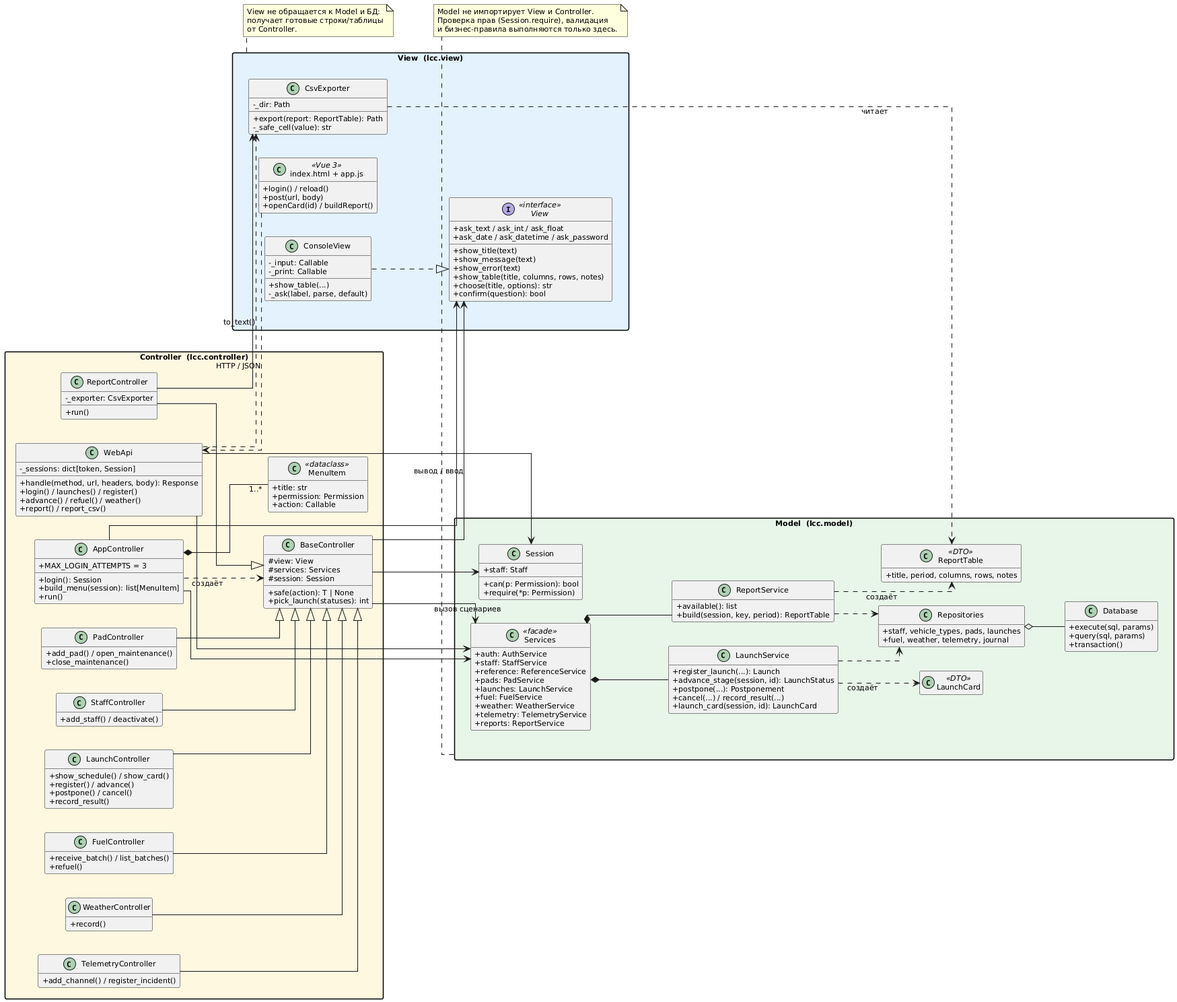
Earlier version of the PlantUML export docs/diagrams/uml/class_mvc.png (r3DBAD/SpaceCenter).
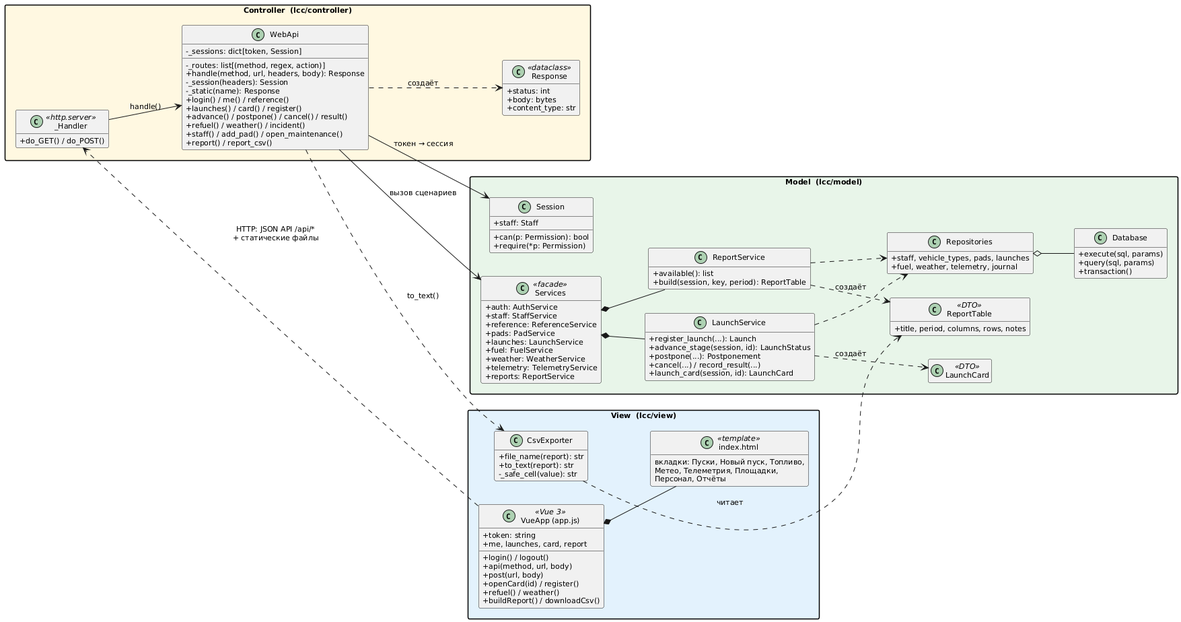
Above is the later version.

The edit, as a diff of the source:
```diff
@@ -5,105 +5,60 @@
 skinparam shadowing false
 skinparam classAttributeIconSize 0
 skinparam packageStyle rectangle
-skinparam linetype ortho
 hide empty members
 left to right direction
 
-package "View  (lcc.view)" as V #E3F2FD {
-  interface View <<interface>> {
-    +show_title(text)
-    +show_message(text)
-    +show_error(text)
-    +show_table(title, columns, rows, notes)
-    +choose(title, options): str
-    +ask_text / ask_int / ask_float
-    +ask_date / ask_datetime / ask_password
-    +confirm(question): bool
+package "View  (lcc/view)" as V #E3F2FD {
+  class "VueApp (app.js)" as VueApp <<Vue 3>> {
+    +token: string
+    +me, launches, card, report
+    +login() / logout()
+    +api(method, url, body)
+    +post(url, body)
+    +openCard(id) / register()
+    +refuel() / weather()
+    +buildReport() / downloadCsv()
   }
-  class ConsoleView {
-    -_input: Callable
-    -_print: Callable
-    +show_table(...)
-    -_ask(label, parse, default)
+  class "index.html" as Html <<template>> {
+    вкладки: Пуски, Новый пуск, Топливо,
+    Метео, Телеметрия, Площадки,
+    Персонал, Отчёты
   }
   class CsvExporter {
-    -_dir: Path
-    +export(report: ReportTable): Path
+    +file_name(report): str
+    +to_text(report): str
     -_safe_cell(value): str
   }
-  ConsoleView ..|> View
-  class "index.html + app.js" as WebUI <<Vue 3>> {
-    +login() / reload()
-    +post(url, body)
-    +openCard(id) / buildReport()
-  }
+  VueApp *-- Html
 }
 
-package "Controller  (lcc.controller)" as C #FFF8E1 {
-  class AppController {
-    +MAX_LOGIN_ATTEMPTS = 3
-    +login(): Session
-    +build_menu(session): list[MenuItem]
-    +run()
-  }
-  class MenuItem <<dataclass>> {
-    +title: str
-    +permission: Permission
-    +action: Callable
-  }
-  class BaseController {
-    #view: View
-    #services: Services
-    #session: Session
-    +safe(action): T | None
-    +pick_launch(statuses): int
-  }
-  class LaunchController {
-    +show_schedule() / show_card()
-    +register() / advance()
-    +postpone() / cancel()
-    +record_result()
-  }
-  class FuelController {
-    +receive_batch() / list_batches()
-    +refuel()
-  }
-  class WeatherController {
-    +record()
-  }
-  class TelemetryController {
-    +add_channel() / register_incident()
-  }
-  class PadController {
-    +add_pad() / open_maintenance()
-    +close_maintenance()
-  }
-  class StaffController {
-    +add_staff() / deactivate()
-  }
-  class ReportController {
-    -_exporter: CsvExporter
-    +run()
-  }
-  LaunchController --|> BaseController
-  FuelController --|> BaseController
-  WeatherController --|> BaseController
-  TelemetryController --|> BaseController
-  PadController --|> BaseController
-  StaffController --|> BaseController
-  ReportController --|> BaseController
-  AppController *-- "1..*" MenuItem
-  AppController ..> BaseController : создаёт
+package "Controller  (lcc/controller)" as C #FFF8E1 {
   class WebApi {
     -_sessions: dict[token, Session]
+    -_routes: list[(method, regex, action)]
     +handle(method, url, headers, body): Response
-    +login() / launches() / register()
-    +advance() / refuel() / weather()
+    -_session(headers): Session
+    -_static(name): Response
+    +login() / me() / reference()
+    +launches() / card() / register()
+    +advance() / postpone() / cancel() / result()
+    +refuel() / weather() / incident()
+    +staff() / add_pad() / open_maintenance()
     +report() / report_csv()
   }
+  class Response <<dataclass>> {
+    +status: int
+    +body: bytes
+    +content_type: str
+  }
+  class "_Handler" as Handler <<http.server>> {
+    +do_GET() / do_POST()
+  }
+  Handler --> WebApi : handle()
+  WebApi ..> Response : создаёт
 }
 
-package "Model  (lcc.model)" as M #E8F5E9 {
+package "Model  (lcc/model)" as M #E8F5E9 {
   class Services <<facade>> {
     +auth: AuthService
     +staff: StaffService
@@ -153,26 +108,10 @@
   Repositories o-- Database
 }
 
-BaseController --> View : вывод / ввод
-BaseController --> Services : вызов сценариев
-BaseController --> Session
-AppController --> View
-AppController --> Services
-ReportController --> CsvExporter
-WebUI ..> WebApi : HTTP / JSON
-WebApi --> Services
-WebApi --> Session
+VueApp ..> Handler : HTTP: JSON API /api/*\n+ статические файлы
+WebApi --> Services : вызов сценариев
+WebApi --> Session : токен → сессия
 WebApi ..> CsvExporter : to_text()
 CsvExporter ..> ReportTable : читает
 
-note bottom of M
-  Model не импортирует View и Controller.
-  Проверка прав (Session.require), валидация
-  и бизнес-правила выполняются только здесь.
-end note
-note bottom of V
-  View не обращается к Model и БД:
-  получает готовые строки/таблицы
-  от Controller.
-end note
 @enduml
```
